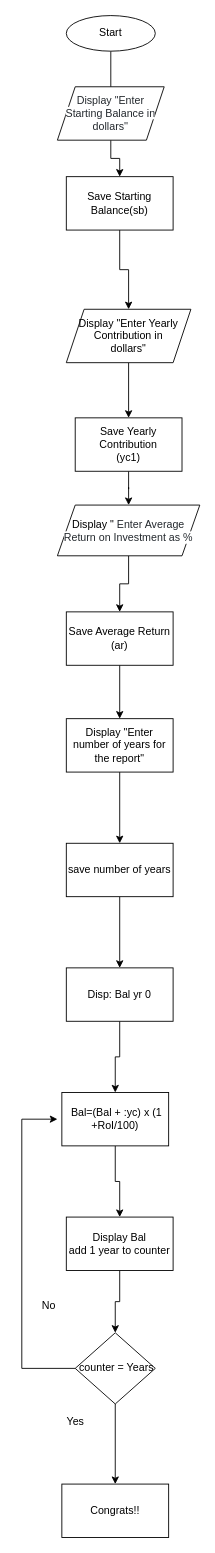
This is Untitled Diagram.drawio from WilsonTalentCenter/advpseudoflow-Ltostevin3500Ingham, a draw.io file, before an edit. Source tidied: cells renumbered, new cells numbered last; positions are measured from the earlier drawing's top-left corner, leaving out a move shared by most shapes. Both pictures are drawn from the tidied source at 89%, with x=0, y=0 at pixel (21, 15).
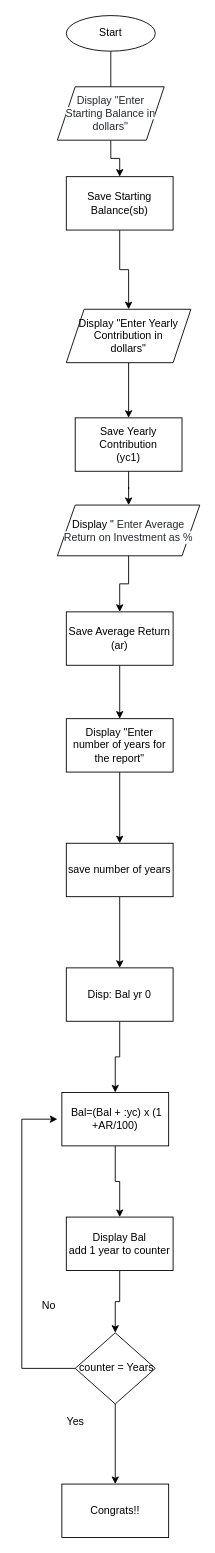
After the change.

Change to the diagram source:
```diff
@@
-    <mxCell id="23" value="&amp;nbsp;Bal=(Bal + :yc) x (1 +RoI/100)" style="whiteSpace=wrap;html=1;" parent="1" vertex="1">
+    <mxCell id="23" value="&amp;nbsp;Bal=(Bal + :yc) x (1 +AR/100)" style="whiteSpace=wrap;html=1;" parent="1" vertex="1">
       <mxGeometry x="45" y="1210" width="120" height="60" as="geometry" />
     </mxCell>
```
